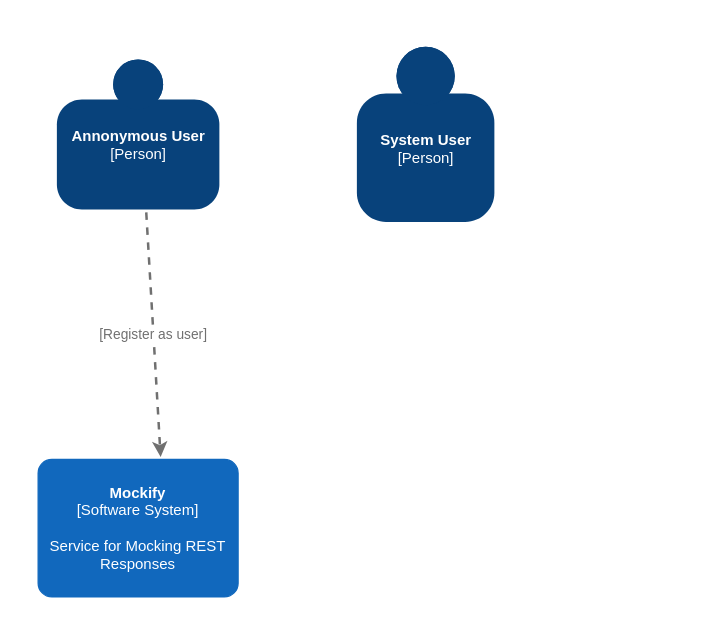
bartgora/Mockify keeps this draw.io diagram as page "System Context" (1 of 2) of docs/c4.drawio. Above is the earlier version. Source tidied: cells renumbered, new cells numbered last; positions are measured from the earlier drawing's top-left corner, leaving out a move shared by most shapes. Both pictures are drawn from the tidied source at 125%, with x=0, y=0 at pixel (38, 46).
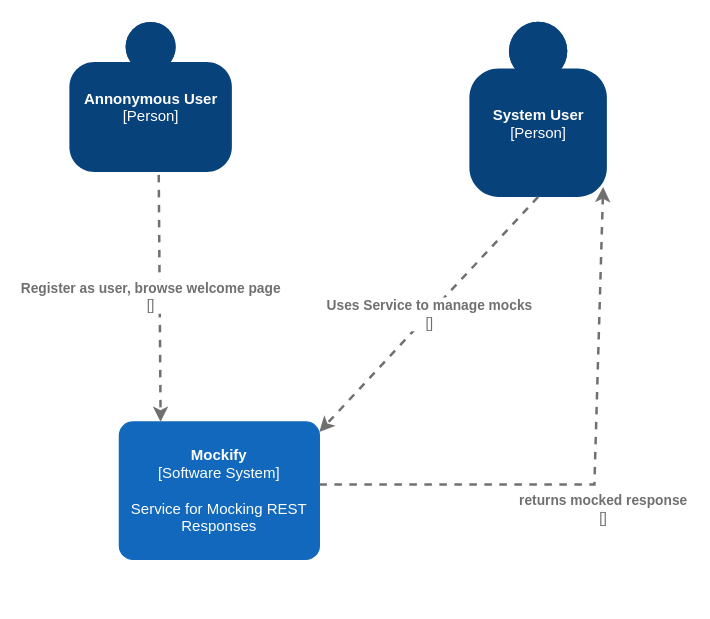
The same diagram, later.

The edit, as a diff of the source:
```diff
@@
 <mxGraphModel>
   <root>
     <mxCell id="0" />
     <mxCell id="1" parent="0" />
     <object id="2" label="&lt;b&gt;%c4Name%&lt;/b&gt;&lt;div&gt;[%c4Type%]&lt;/div&gt;&lt;br&gt;&lt;div&gt;%c4Description%&lt;/div&gt;" c4Description="Service for Mocking REST Responses" c4Name="Mockify" c4Type="Software System" placeholders="1">
       <mxCell style="rounded=1;whiteSpace=wrap;html=1;labelBackgroundColor=none;fillColor=#1168BD;fontColor=#ffffff;align=center;arcSize=10;strokeColor=#1168BD;metaData={&quot;c4Type&quot;:{&quot;editable&quot;:false}};points=[[0.25,0,0],[0.5,0,0],[0.75,0,0],[1,0.25,0],[1,0.5,0],[1,0.75,0],[0.75,1,0],[0.5,1,0],[0.25,1,0],[0,0.75,0],[0,0.5,0],[0,0.25,0]];" parent="1" vertex="1">
-        <mxGeometry y="330" width="160" height="110" as="geometry" />
+        <mxGeometry x="65" y="300" width="160" height="110" as="geometry" />
       </mxCell>
     </object>
     <object id="3" label="&lt;b&gt;%c4Name%&lt;/b&gt;&lt;div&gt;[%c4Type%]&lt;/div&gt;&lt;br&gt;&lt;div&gt;%c4Description%&lt;/div&gt;" c4Description="" c4Name="Annonymous User" c4Type="Person" placeholders="1">
       <mxCell style="html=1;dashed=0;whitespace=wrap;fillColor=#08427b;strokeColor=none;fontColor=#ffffff;shape=mxgraph.c4.person;align=center;points=[[0.5,0,0],[1,0.5,0],[1,0.75,0],[0.75,1,0],[0.5,1,0],[0.25,1,0],[0,0.75,0],[0,0.5,0]];metaData={&quot;c4Type&quot;:{&quot;editable&quot;:false}};" parent="1" vertex="1">
-        <mxGeometry x="15" y="10" width="130" height="120" as="geometry" />
+        <mxGeometry x="25" y="-20" width="130" height="120" as="geometry" />
       </mxCell>
     </object>
-    <object id="4" label="&lt;div style=&quot;text-align: left&quot;&gt;&lt;div style=&quot;text-align: center&quot;&gt;&lt;b&gt;%c4Description%&lt;/b&gt;&lt;/div&gt;&lt;div style=&quot;text-align: center&quot;&gt;[%c4Technology%]&lt;/div&gt;&lt;/div&gt;" c4Description="" c4Technology="Register as user" placeholders="1">
+    <object id="4" label="&lt;div style=&quot;text-align: left&quot;&gt;&lt;div style=&quot;text-align: center&quot;&gt;&lt;b&gt;%c4Description%&lt;/b&gt;&lt;/div&gt;&lt;div style=&quot;text-align: center&quot;&gt;[%c4Technology%]&lt;/div&gt;&lt;/div&gt;" c4Description="Register as user, browse welcome page" c4Technology="" placeholders="1">
       <mxCell style="edgeStyle=none;rounded=0;html=1;jettySize=auto;strokeColor=#707070;strokeWidth=2;fontColor=#707070;jumpStyle=none;dashed=1;metaData={&quot;c4Type&quot;:{&quot;editable&quot;:false}};exitX=0.55;exitY=1.02;exitDx=0;exitDy=0;exitPerimeter=0;" parent="1" edge="1" source="3">
-        <mxGeometry relative="1" as="geometry">
-          <mxPoint x="98" y="328" as="targetPoint" />
+        <mxGeometry x="-0.01" y="-7" relative="1" as="geometry">
+          <mxPoint x="98" y="300" as="targetPoint" />
         </mxGeometry>
       </mxCell>
     </object>
     <object id="5" label="&lt;b&gt;%c4Name%&lt;/b&gt;&lt;div&gt;[%c4Type%]&lt;/div&gt;&lt;br&gt;&lt;div&gt;%c4Description%&lt;/div&gt;" c4Description="" c4Name="System User" c4Type="Person" placeholders="1">
       <mxCell style="html=1;dashed=0;whitespace=wrap;fillColor=#08427b;strokeColor=none;fontColor=#ffffff;shape=mxgraph.c4.person;align=center;points=[[0.5,0,0],[1,0.5,0],[1,0.75,0],[0.75,1,0],[0.5,1,0],[0.25,1,0],[0,0.75,0],[0,0.5,0]];metaData={&quot;c4Type&quot;:{&quot;editable&quot;:false}};" parent="1" vertex="1">
-        <mxGeometry x="255" width="110" height="140" as="geometry" />
+        <mxGeometry x="345" y="-20" width="110" height="140" as="geometry" />
       </mxCell>
     </object>
+    <object id="6" label="&lt;div style=&quot;text-align: left&quot;&gt;&lt;div style=&quot;text-align: center&quot;&gt;&lt;b&gt;%c4Description%&lt;/b&gt;&lt;/div&gt;&lt;div style=&quot;text-align: center&quot;&gt;[%c4Technology%]&lt;/div&gt;&lt;/div&gt;" c4Description="Uses Service to manage mocks" c4Technology="" placeholders="1">
+      <mxCell style="edgeStyle=none;rounded=0;html=1;entryX=1;entryY=0.073;jettySize=auto;strokeColor=#707070;strokeWidth=2;fontColor=#707070;jumpStyle=none;dashed=1;metaData={&quot;c4Type&quot;:{&quot;editable&quot;:false}};entryDx=0;entryDy=0;entryPerimeter=0;exitX=0.5;exitY=1;exitDx=0;exitDy=0;exitPerimeter=0;" parent="1" edge="1" source="5" target="2">
+        <mxGeometry relative="1" as="geometry" />
+      </mxCell>
+    </object>
+    <object id="7" label="&lt;div style=&quot;text-align: left&quot;&gt;&lt;div style=&quot;text-align: center&quot;&gt;&lt;b&gt;%c4Description%&lt;/b&gt;&lt;/div&gt;&lt;div style=&quot;text-align: center&quot;&gt;[%c4Technology%]&lt;/div&gt;&lt;/div&gt;" c4Description="returns mocked response" c4Technology="" placeholders="1">
+      <mxCell style="edgeStyle=none;rounded=0;html=1;jettySize=auto;strokeColor=#707070;strokeWidth=2;fontColor=#707070;jumpStyle=none;dashed=1;metaData={&quot;c4Type&quot;:{&quot;editable&quot;:false}};entryX=0.973;entryY=0.943;entryDx=0;entryDy=0;entryPerimeter=0;" parent="1" edge="1" target="5">
+        <mxGeometry x="-0.04" y="-21" relative="1" as="geometry">
+          <mxPoint x="225" y="350" as="sourcePoint" />
+          <Array as="points">
+            <mxPoint x="445" y="350" />
+          </Array>
+          <mxPoint x="-14" y="19" as="offset" />
+        </mxGeometry>
+      </mxCell>
+    </object>
   </root>
 </mxGraphModel>
```
